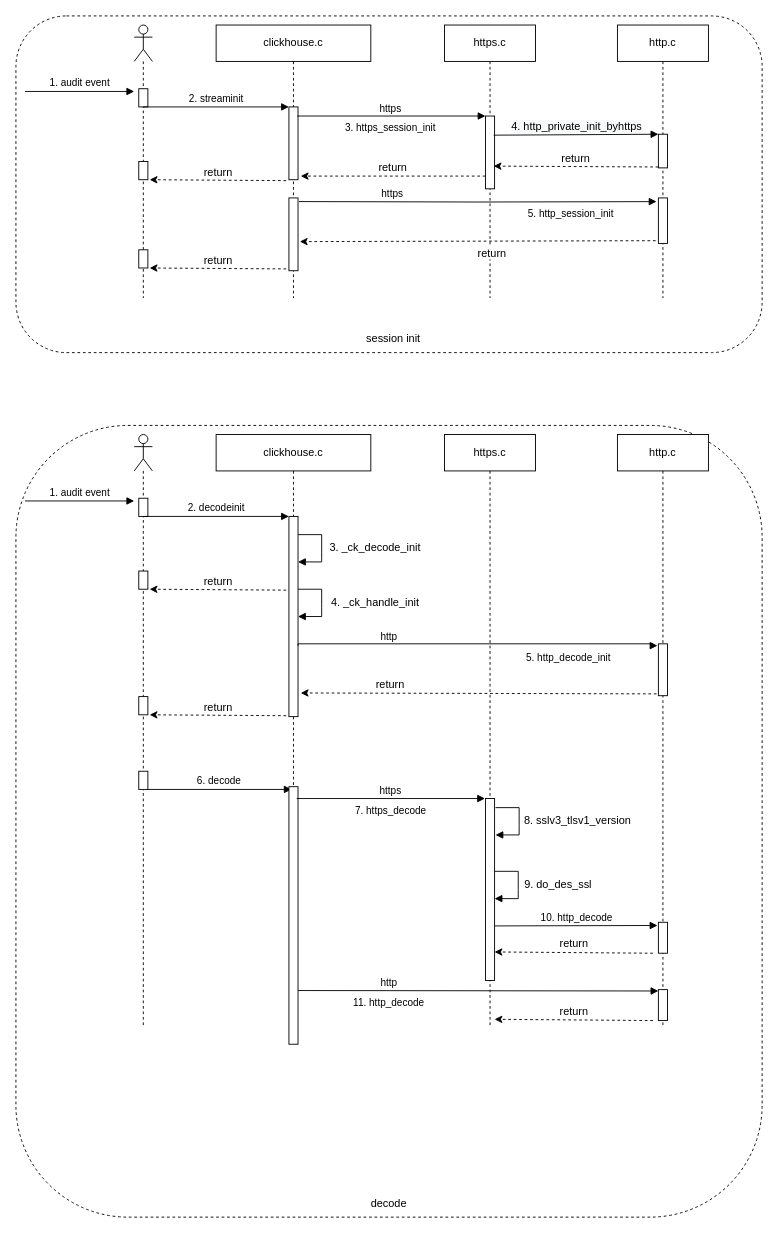
Above: clickhouse interact http.drawio in leonce28/draw-io-img (draw.io), before the change. Source tidied: cells renumbered, new cells numbered last; positions are measured from the earlier drawing's top-left corner, leaving out a move shared by most shapes. Both pictures are drawn from the tidied source at 91%, with x=0, y=0 at pixel (15, 15).
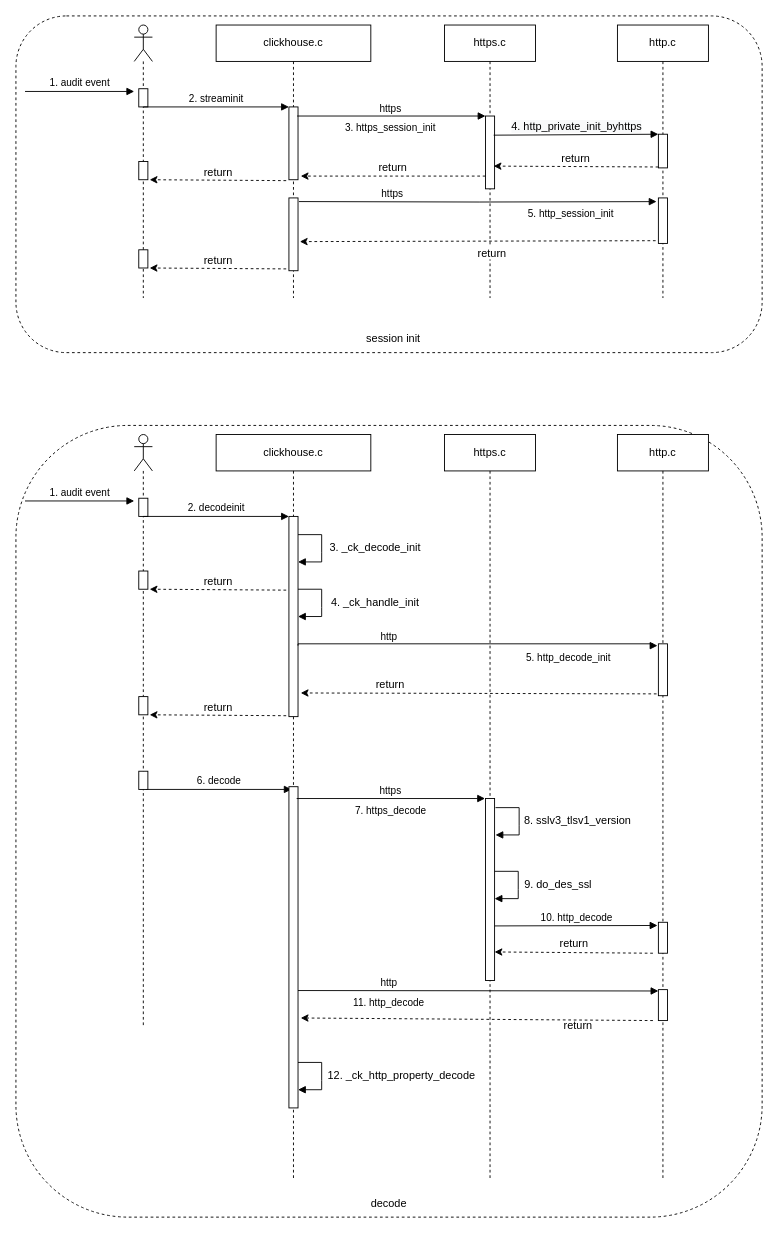
The same page after the edit.

Change to the diagram source:
```diff
@@
     <mxCell id="32" value="clickhouse.c" style="shape=umlLifeline;perimeter=lifelinePerimeter;whiteSpace=wrap;html=1;" parent="1" vertex="1">
-      <mxGeometry x="220" y="460" width="170" height="670" as="geometry" />
+      <mxGeometry x="220" y="460" width="170" height="820" as="geometry" />
     </mxCell>
@@
     <mxCell id="37" style="html=1;points=[];perimeter=orthogonalPerimeter;" parent="32" vertex="1">
-      <mxGeometry x="80" y="387" width="10" height="283" as="geometry" />
+      <mxGeometry x="80" y="387" width="10" height="353" as="geometry" />
     </mxCell>
     <mxCell id="38" value="https.c" style="shape=umlLifeline;perimeter=lifelinePerimeter;whiteSpace=wrap;html=1;" parent="1" vertex="1">
-      <mxGeometry x="471" y="460" width="100" height="650" as="geometry" />
+      <mxGeometry x="471" y="460" width="100" height="820" as="geometry" />
     </mxCell>
@@
     <mxCell id="42" value="http.c" style="shape=umlLifeline;perimeter=lifelinePerimeter;whiteSpace=wrap;html=1;" parent="1" vertex="1">
-      <mxGeometry x="661" y="460" width="100" height="650" as="geometry" />
+      <mxGeometry x="661" y="460" width="100" height="820" as="geometry" />
     </mxCell>
@@
-    <mxCell id="47" value="return" style="html=1;verticalAlign=bottom;endArrow=classic;dashed=1;endSize=6;exitX=0;exitY=0.95;rounded=0;fontFamily=Helvetica;fontSize=12;fontColor=default;strokeWidth=1;endFill=1;entryX=1;entryY=0.843;entryDx=0;entryDy=0;entryPerimeter=0;" parent="42" edge="1">
-      <mxGeometry relative="1" as="geometry">
+    <mxCell id="47" style="html=1;verticalAlign=bottom;endArrow=classic;dashed=1;endSize=6;exitX=0;exitY=0.95;rounded=0;fontFamily=Helvetica;fontSize=12;fontColor=default;strokeWidth=1;endFill=1;entryX=1.3;entryY=0.72;entryDx=0;entryDy=0;entryPerimeter=0;" parent="42" edge="1" target="37">
+      <mxGeometry x="-0.54" y="16" relative="1" as="geometry">
         <mxPoint x="39" y="644" as="sourcePoint" />
-        <mxPoint x="-135" y="642.6" as="targetPoint" />
       </mxGeometry>
     </mxCell>
@@
+    <mxCell id="67" value="return" style="text;html=1;strokeColor=none;fillColor=none;align=center;verticalAlign=middle;whiteSpace=wrap;rounded=0;dashed=1;fontFamily=Helvetica;fontSize=12;fontColor=default;" parent="1" vertex="1">
+      <mxGeometry x="592.5" y="1100" width="50" height="20" as="geometry" />
+    </mxCell>
+    <mxCell id="68" style="endArrow=block;endFill=1;endSize=6;html=1;rounded=0;align=left;verticalAlign=top;exitX=0.9;exitY=0.25;exitDx=0;exitDy=0;exitPerimeter=0;strokeWidth=1;" parent="1" edge="1">
+      <mxGeometry relative="1" as="geometry">
+        <mxPoint x="310" y="1150" as="sourcePoint" />
+        <mxPoint x="310" y="1180" as="targetPoint" />
+        <Array as="points">
+          <mxPoint x="336" y="1150" />
+          <mxPoint x="336" y="1170" />
+          <mxPoint x="336" y="1180" />
+        </Array>
+      </mxGeometry>
+    </mxCell>
+    <mxCell id="69" value="12. _ck_http_property_decode" style="text;html=1;strokeColor=none;fillColor=none;align=center;verticalAlign=middle;whiteSpace=wrap;rounded=0;dashed=1;fontFamily=Helvetica;fontSize=12;fontColor=default;" parent="1" vertex="1">
+      <mxGeometry x="339" y="1150" width="170" height="30" as="geometry" />
+    </mxCell>
```
